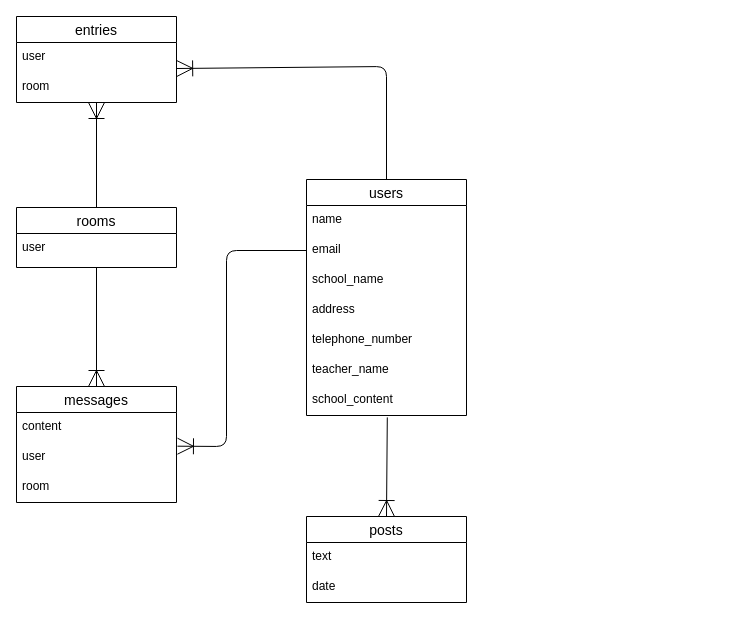
Above: test.dio in inoue-ryoki/awa-tech (draw.io), before the change. Source tidied: cells renumbered, new cells numbered last; positions are measured from the earlier drawing's top-left corner, leaving out a move shared by most shapes. Both pictures are drawn from the tidied source at 100%, with x=0, y=0 at pixel (16, 16).
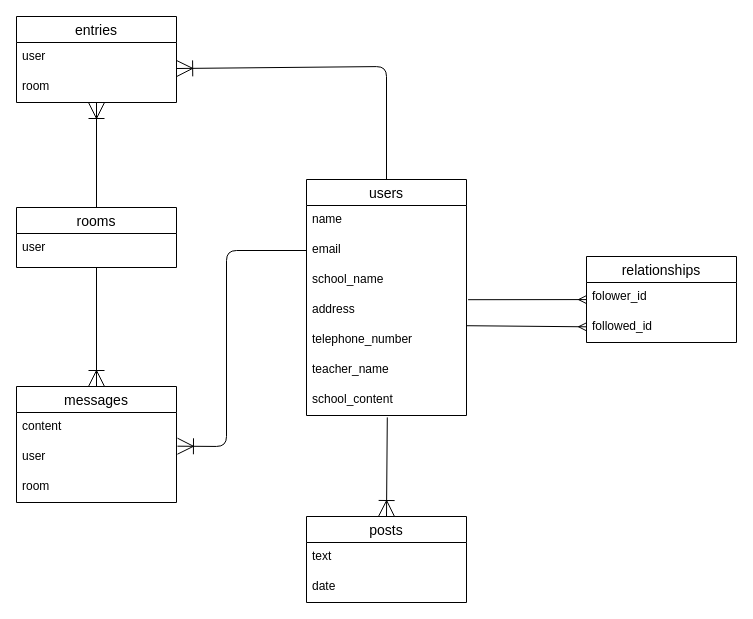
Above is the later version.

Unchanged cells that the change refers to:
```xml
<mxCell id="8" value="address" style="text;strokeColor=none;fillColor=none;spacingLeft=4;spacingRight=4;overflow=hidden;points=[[0,0.5],[1,0.5]];portConstraint=eastwest;fontSize=12;" parent="4" vertex="1">
  <mxGeometry y="116" width="160" height="30" as="geometry" />
</mxCell>
<mxCell id="9" value="telephone_number" style="text;strokeColor=none;fillColor=none;spacingLeft=4;spacingRight=4;overflow=hidden;points=[[0,0.5],[1,0.5]];portConstraint=eastwest;fontSize=12;" parent="4" vertex="1">
  <mxGeometry y="146" width="160" height="30" as="geometry" />
</mxCell>
```

What changed in the source:
```diff
@@
+    <mxCell id="27" style="edgeStyle=none;html=1;entryX=1.01;entryY=0.14;entryDx=0;entryDy=0;entryPerimeter=0;endArrow=none;endFill=0;startArrow=ERmany;startFill=0;" parent="1" edge="1" source="28" target="8">
+      <mxGeometry relative="1" as="geometry" />
+    </mxCell>
+    <mxCell id="28" value="relationships" style="swimlane;fontStyle=0;horizontal=1;startSize=26;align=center;fontSize=14;" parent="1" vertex="1">
+      <mxGeometry x="570" y="240" width="150" height="86" as="geometry" />
+    </mxCell>
+    <mxCell id="29" value="folower_id" style="text;strokeColor=none;fillColor=none;spacingLeft=4;spacingRight=4;overflow=hidden;fontSize=12;" parent="28" vertex="1">
+      <mxGeometry y="26" width="150" height="30" as="geometry" />
+    </mxCell>
+    <mxCell id="30" value="followed_id" style="text;strokeColor=none;fillColor=none;spacingLeft=4;spacingRight=4;overflow=hidden;points=[[0,0.5],[1,0.5]];portConstraint=eastwest;fontSize=12;" parent="28" vertex="1">
+      <mxGeometry y="56" width="150" height="30" as="geometry" />
+    </mxCell>
+    <mxCell id="31" style="edgeStyle=none;html=1;entryX=0.998;entryY=0.007;entryDx=0;entryDy=0;entryPerimeter=0;startArrow=ERmany;startFill=0;endArrow=none;endFill=0;" parent="1" edge="1" source="30" target="9">
+      <mxGeometry relative="1" as="geometry" />
+    </mxCell>
```
